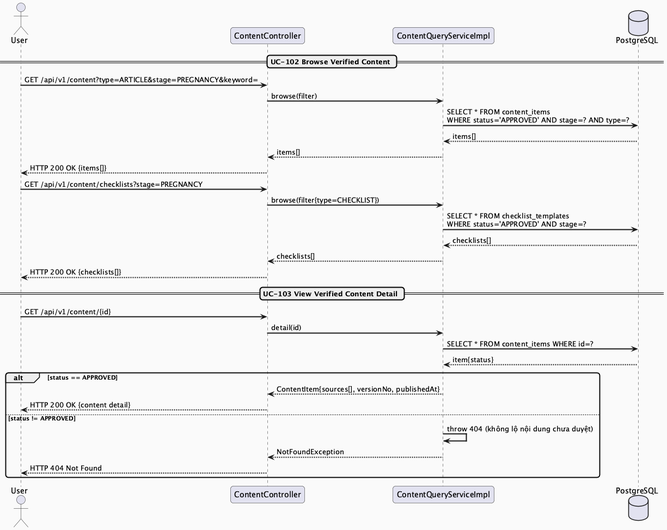
The PlantUML diagram docs/Detailed_Design/MF11_Verified_Content_Checklist_Hub/images/MF11_01_ContentBrowse_SequenceDiagram.png in ChuongBDHE172784/CareBridge_SEP490_G79, before a commit.
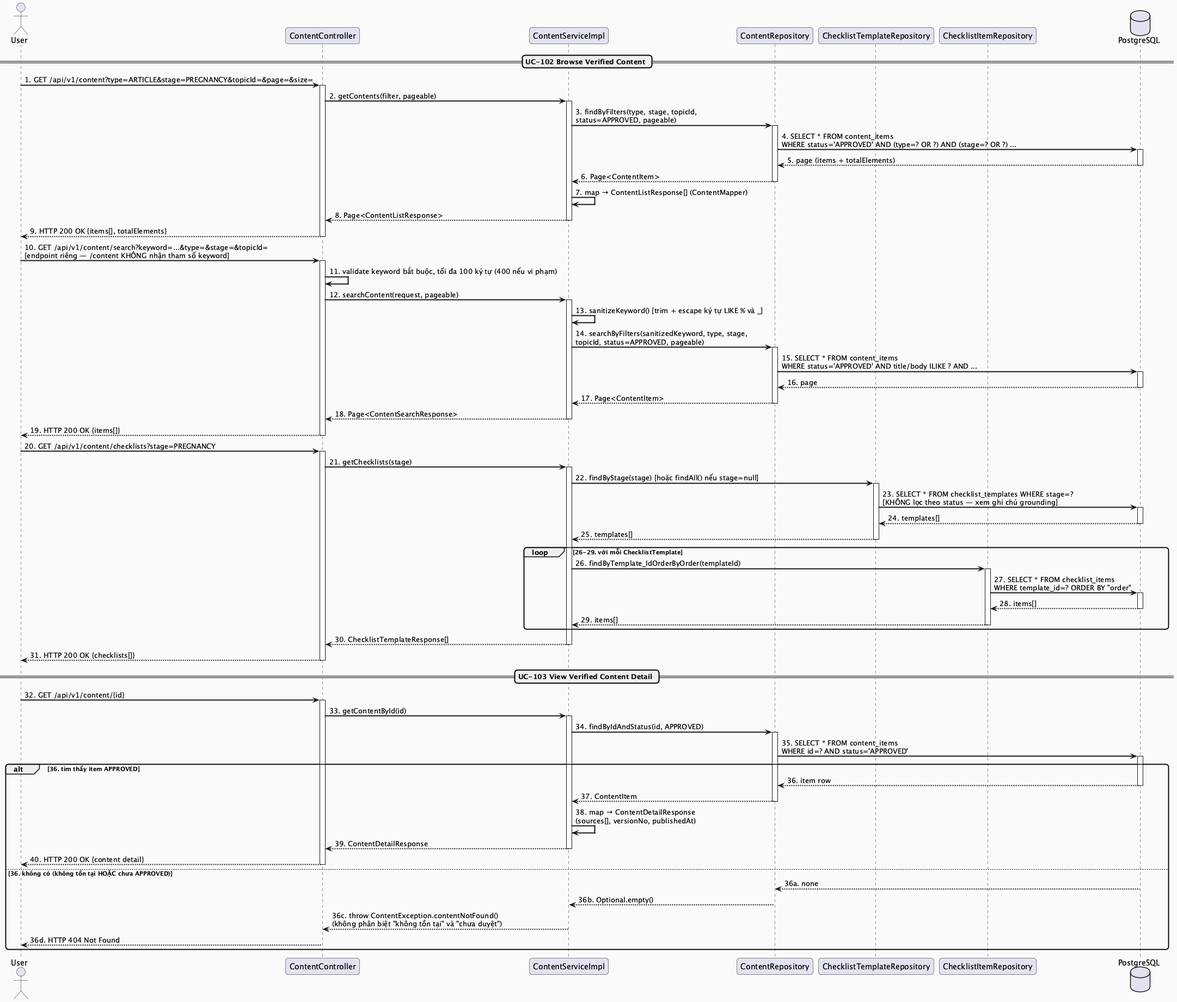
The same file after the commit.

What changed in the source:
```diff
@@ -5,37 +5,105 @@
 
 actor "User" as U
 participant "ContentController" as Controller
-participant "ContentQueryServiceImpl" as Service
+participant "ContentServiceImpl" as Service
+participant "ContentRepository" as ContentRepo
+participant "ChecklistTemplateRepository" as ChecklistTemplateRepo
+participant "ChecklistItemRepository" as ChecklistItemRepo
 database "PostgreSQL" as DB
 
 == UC-102 Browse Verified Content ==
-U -> Controller : GET /api/v1/content?type=ARTICLE&stage=PREGNANCY&keyword=
-Controller -> Service : browse(filter)
-Service -> DB : SELECT * FROM content_items\nWHERE status='APPROVED' AND stage=? AND type=?
-DB --> Service : items[]
-Service --> Controller : items[]
-Controller --> U : HTTP 200 OK {items[]}
+U -> Controller : 1. GET /api/v1/content?type=ARTICLE&stage=PREGNANCY&topicId=&page=&size=
+activate Controller
+Controller -> Service : 2. getContents(filter, pageable)
+activate Service
+Service -> ContentRepo : 3. findByFilters(type, stage, topicId,\nstatus=APPROVED, pageable)
+activate ContentRepo
+ContentRepo -> DB : 4. SELECT * FROM content_items\nWHERE status='APPROVED' AND (type=? OR ?) AND (stage=? OR ?) ...
+activate DB
+DB --> ContentRepo : 5. page (items + totalElements)
+deactivate DB
+ContentRepo --> Service : 6. Page<ContentItem>
+deactivate ContentRepo
+Service -> Service : 7. map → ContentListResponse[] (ContentMapper)
+Service --> Controller : 8. Page<ContentListResponse>
+deactivate Service
+Controller --> U : 9. HTTP 200 OK {items[], totalElements}
+deactivate Controller
 
-U -> Controller : GET /api/v1/content/checklists?stage=PREGNANCY
-Controller -> Service : browse(filter{type=CHECKLIST})
-Service -> DB : SELECT * FROM checklist_templates\nWHERE status='APPROVED' AND stage=?
-DB --> Service : checklists[]
-Service --> Controller : checklists[]
-Controller --> U : HTTP 200 OK {checklists[]}
+U -> Controller : 10. GET /api/v1/content/search?keyword=...&type=&stage=&topicId=\n[endpoint riêng — /content KHÔNG nhận tham số keyword]
+activate Controller
+Controller -> Controller : 11. validate keyword bắt buộc, tối đa 100 ký tự (400 nếu vi phạm)
+Controller -> Service : 12. searchContent(request, pageable)
+activate Service
+Service -> Service : 13. sanitizeKeyword() [trim + escape ký tự LIKE % và _]
+Service -> ContentRepo : 14. searchByFilters(sanitizedKeyword, type, stage,\ntopicId, status=APPROVED, pageable)
+activate ContentRepo
+ContentRepo -> DB : 15. SELECT * FROM content_items\nWHERE status='APPROVED' AND title/body ILIKE ? AND ...
+activate DB
+DB --> ContentRepo : 16. page
+deactivate DB
+ContentRepo --> Service : 17. Page<ContentItem>
+deactivate ContentRepo
+Service --> Controller : 18. Page<ContentSearchResponse>
+deactivate Service
+Controller --> U : 19. HTTP 200 OK {items[]}
+deactivate Controller
+
+U -> Controller : 20. GET /api/v1/content/checklists?stage=PREGNANCY
+activate Controller
+Controller -> Service : 21. getChecklists(stage)
+activate Service
+Service -> ChecklistTemplateRepo : 22. findByStage(stage) [hoặc findAll() nếu stage=null]
+activate ChecklistTemplateRepo
+ChecklistTemplateRepo -> DB : 23. SELECT * FROM checklist_templates WHERE stage=?\n[KHÔNG lọc theo status — xem ghi chú grounding]
+activate DB
+DB --> ChecklistTemplateRepo : 24. templates[]
+deactivate DB
+ChecklistTemplateRepo --> Service : 25. templates[]
+deactivate ChecklistTemplateRepo
+loop 26-29. với mỗi ChecklistTemplate
+  Service -> ChecklistItemRepo : 26. findByTemplate_IdOrderByOrder(templateId)
+  activate ChecklistItemRepo
+  ChecklistItemRepo -> DB : 27. SELECT * FROM checklist_items\nWHERE template_id=? ORDER BY "order"
+  activate DB
+  DB --> ChecklistItemRepo : 28. items[]
+  deactivate DB
+  ChecklistItemRepo --> Service : 29. items[]
+  deactivate ChecklistItemRepo
+end
+Service --> Controller : 30. ChecklistTemplateResponse[]
+deactivate Service
+Controller --> U : 31. HTTP 200 OK {checklists[]}
+deactivate Controller
 
 == UC-103 View Verified Content Detail ==
-U -> Controller : GET /api/v1/content/{id}
-Controller -> Service : detail(id)
-Service -> DB : SELECT * FROM content_items WHERE id=?
-DB --> Service : item{status}
-
-alt status == APPROVED
-  Service --> Controller : ContentItem{sources[], versionNo, publishedAt}
-  Controller --> U : HTTP 200 OK {content detail}
-else status != APPROVED
-  Service -> Service : throw 404 (không lộ nội dung chưa duyệt)
-  Service --> Controller : NotFoundException
-  Controller --> U : HTTP 404 Not Found
+U -> Controller : 32. GET /api/v1/content/{id}
+activate Controller
+Controller -> Service : 33. getContentById(id)
+activate Service
+Service -> ContentRepo : 34. findByIdAndStatus(id, APPROVED)
+activate ContentRepo
+ContentRepo -> DB : 35. SELECT * FROM content_items\nWHERE id=? AND status='APPROVED'
+activate DB
+alt 36. tìm thấy item APPROVED
+  DB --> ContentRepo : 36. item row
+  deactivate DB
+  ContentRepo --> Service : 37. ContentItem
+  deactivate ContentRepo
+  Service -> Service : 38. map → ContentDetailResponse\n(sources[], versionNo, publishedAt)
+  Service --> Controller : 39. ContentDetailResponse
+  deactivate Service
+  Controller --> U : 40. HTTP 200 OK {content detail}
+  deactivate Controller
+else 36. không có (không tồn tại HOẶC chưa APPROVED)
+  DB --> ContentRepo : 36a. none
+  deactivate DB
+  ContentRepo --> Service : 36b. Optional.empty()
+  deactivate ContentRepo
+  Service --> Controller : 36c. throw ContentException.contentNotFound()\n(không phân biệt "không tồn tại" và "chưa duyệt")
+  deactivate Service
+  Controller --> U : 36d. HTTP 404 Not Found
+  deactivate Controller
 end
 
 @enduml
```
